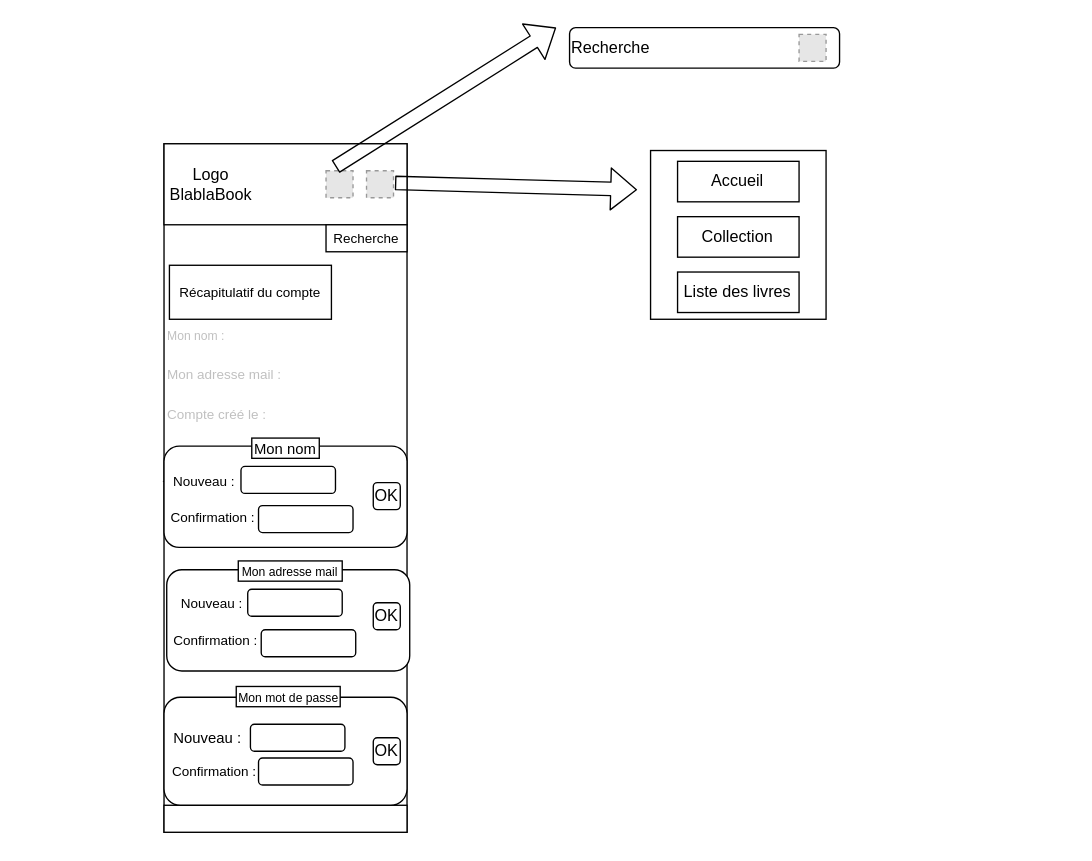
Before: page "mobile" (2 of 2) of Cahier des charges/wireframe/profil.drawio in HarukaIZUMI18/Blablabook-Haruka, a draw.io diagram. Source tidied: cells renumbered, new cells numbered last; positions are measured from the earlier drawing's top-left corner, leaving out a move shared by most shapes. Both pictures are drawn from the tidied source at 135%, with x=0, y=0 at pixel (123, 27). Pictures stored in the file or linked from it are replaced by grey dashed boxes.
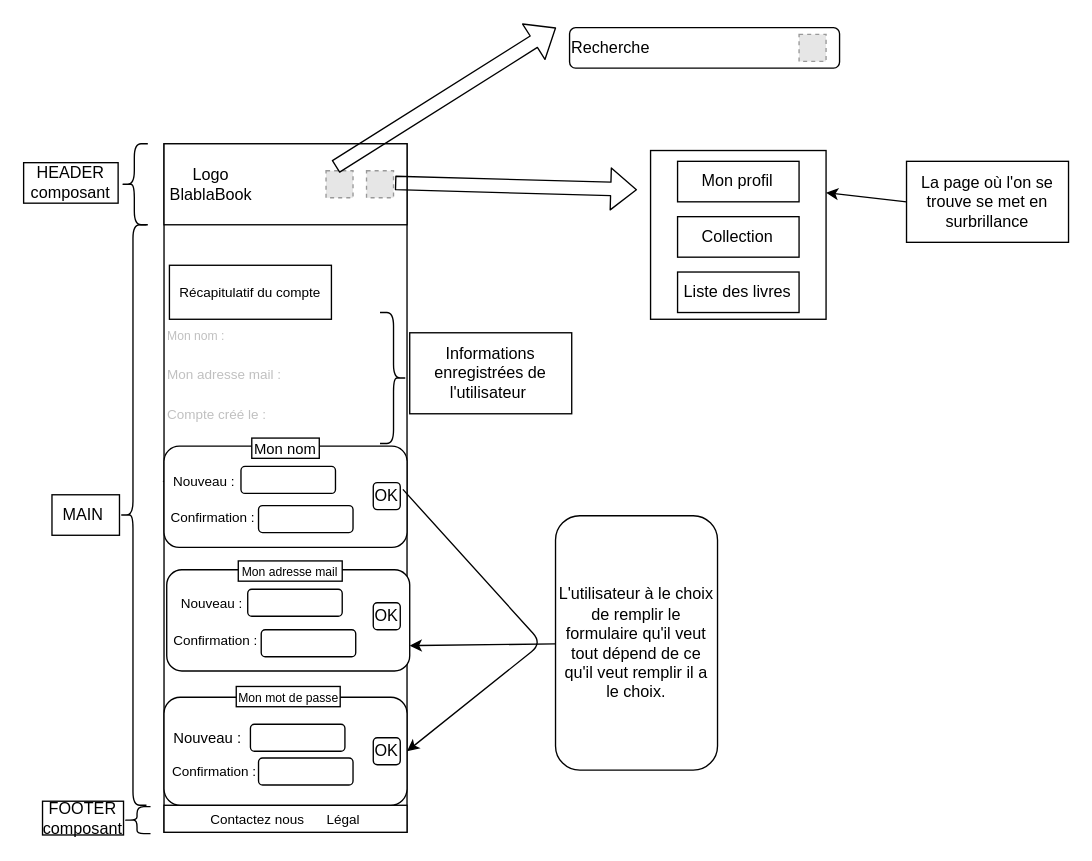
After the change.

Commit message (it also covers changes not shown here):
Modification du wireframe profil version ordinateur et mobile

Unchanged cells that the change refers to:
```xml
<mxCell id="9" value="&lt;div&gt;&lt;br&gt;&lt;/div&gt;&lt;div&gt;&lt;br&gt;&lt;/div&gt;&lt;div&gt;&amp;nbsp;&lt;font size=&quot;1&quot;&gt;Confirmation :&amp;nbsp;&lt;/font&gt;&lt;/div&gt;" style="rounded=1;whiteSpace=wrap;html=1;align=left;" parent="1" vertex="1">
  <mxGeometry x="30" y="310" width="180" height="75" as="geometry" />
</mxCell>
<mxCell id="15" value="&lt;div&gt;&lt;br&gt;&lt;/div&gt;&lt;div&gt;&lt;br&gt;&lt;/div&gt;&lt;div&gt;&amp;nbsp;&lt;font size=&quot;1&quot;&gt;Confirmation :&amp;nbsp;&lt;/font&gt;&lt;/div&gt;" style="rounded=1;whiteSpace=wrap;html=1;align=left;" parent="1" vertex="1">
  <mxGeometry x="32" y="401.5" width="180" height="75" as="geometry" />
</mxCell>
<mxCell id="21" style="rounded=1;whiteSpace=wrap;html=1;" parent="1" vertex="1">
  <mxGeometry x="30" y="496" width="180" height="80" as="geometry" />
</mxCell>
<mxCell id="35" style="rounded=0;whiteSpace=wrap;html=1;" parent="1" vertex="1">
  <mxGeometry x="390.4" y="91" width="130" height="125" as="geometry" />
</mxCell>
```

Diff of the diagram source:
```diff
@@
-    <mxCell id="3" style="rounded=0;whiteSpace=wrap;html=1;" parent="1" vertex="1">
+    <mxCell id="3" value="&lt;font style=&quot;font-size: 10px;&quot;&gt;Contactez nous&amp;nbsp; &amp;nbsp; &amp;nbsp; Légal&lt;/font&gt;" style="rounded=0;whiteSpace=wrap;html=1;" parent="1" vertex="1">
       <mxGeometry x="30" y="576" width="180" height="20" as="geometry" />
     </mxCell>
@@
-    <mxCell id="5" value="&lt;font size=&quot;1&quot;&gt;Recherche&lt;/font&gt;" style="rounded=0;whiteSpace=wrap;html=1;" parent="1" vertex="1">
-      <mxGeometry x="150" y="146" width="60" height="20" as="geometry" />
-    </mxCell>
@@
-    <mxCell id="37" value="Accueil" style="rounded=0;whiteSpace=wrap;html=1;fillColor=none;" parent="1" vertex="1">
+    <mxCell id="37" value="Mon profil" style="rounded=0;whiteSpace=wrap;html=1;fillColor=light-dark(#FFFFFF,#FFCC99);fontColor=light-dark(#000000,#000000);" parent="1" vertex="1">
       <mxGeometry x="410.4" y="99" width="90" height="30" as="geometry" />
     </mxCell>
@@
+    <mxCell id="39" style="edgeStyle=none;html=1;entryX=1;entryY=0.75;entryDx=0;entryDy=0;" parent="1" edge="1" source="40" target="15">
+      <mxGeometry relative="1" as="geometry" />
+    </mxCell>
+    <mxCell id="40" value="L'utilisateur à le choix de remplir le formulaire qu'il veut tout dépend de ce qu'il veut remplir il a le choix." style="rounded=1;whiteSpace=wrap;html=1;" parent="1" vertex="1">
+      <mxGeometry x="320" y="361.5" width="120" height="188.5" as="geometry" />
+    </mxCell>
+    <mxCell id="41" style="endArrow=classic;html=1;entryX=1;entryY=0.5;entryDx=0;entryDy=0;exitX=0.983;exitY=0.427;exitDx=0;exitDy=0;exitPerimeter=0;" parent="1" edge="1" source="9" target="21">
+      <mxGeometry relative="1" as="geometry">
+        <Array as="points">
+          <mxPoint x="310" y="456" />
+        </Array>
+      </mxGeometry>
+    </mxCell>
+    <mxCell id="42" style="shape=curlyBracket;whiteSpace=wrap;html=1;rounded=1;flipH=1;labelPosition=right;verticalLabelPosition=middle;align=left;verticalAlign=middle;size=0.5;" parent="1" vertex="1">
+      <mxGeometry x="190" y="211" width="20" height="97" as="geometry" />
+    </mxCell>
+    <mxCell id="43" value="Informations enregistrées de l'utilisateur&amp;nbsp;" style="rounded=0;whiteSpace=wrap;html=1;" parent="1" vertex="1">
+      <mxGeometry x="212" y="226" width="120" height="60" as="geometry" />
+    </mxCell>
+    <mxCell id="44" value="La page où l'on se trouve se met en surbrillance" style="rounded=0;whiteSpace=wrap;html=1;" parent="1" vertex="1">
+      <mxGeometry x="580" y="99" width="120" height="60" as="geometry" />
+    </mxCell>
+    <mxCell id="45" style="endArrow=classic;html=1;entryX=1;entryY=0.25;entryDx=0;entryDy=0;exitX=0;exitY=0.5;exitDx=0;exitDy=0;" parent="1" edge="1" source="44" target="35">
+      <mxGeometry relative="1" as="geometry" />
+    </mxCell>
+    <mxCell id="46" style="shape=curlyBracket;whiteSpace=wrap;html=1;rounded=1;labelPosition=left;verticalLabelPosition=middle;align=right;verticalAlign=middle;" parent="1" vertex="1">
+      <mxGeometry x="-2" y="86" width="20" height="60" as="geometry" />
+    </mxCell>
+    <mxCell id="47" value="HEADER composant" style="rounded=0;whiteSpace=wrap;html=1;" parent="1" vertex="1">
+      <mxGeometry x="-74" y="100" width="70" height="30" as="geometry" />
+    </mxCell>
+    <mxCell id="48" style="shape=curlyBracket;whiteSpace=wrap;html=1;rounded=1;labelPosition=left;verticalLabelPosition=middle;align=right;verticalAlign=middle;" parent="1" vertex="1">
+      <mxGeometry x="-3" y="146" width="20" height="430" as="geometry" />
+    </mxCell>
+    <mxCell id="49" value="MAIN&amp;nbsp;" style="rounded=0;whiteSpace=wrap;html=1;" parent="1" vertex="1">
+      <mxGeometry x="-53" y="346" width="50" height="30" as="geometry" />
+    </mxCell>
+    <mxCell id="50" style="shape=curlyBracket;whiteSpace=wrap;html=1;rounded=1;labelPosition=left;verticalLabelPosition=middle;align=right;verticalAlign=middle;" parent="1" vertex="1">
+      <mxGeometry y="577" width="20" height="20" as="geometry" />
+    </mxCell>
+    <mxCell id="51" value="FOOTER composant" style="rounded=0;whiteSpace=wrap;html=1;" parent="1" vertex="1">
+      <mxGeometry x="-60" y="573" width="60" height="25" as="geometry" />
+    </mxCell>
```
